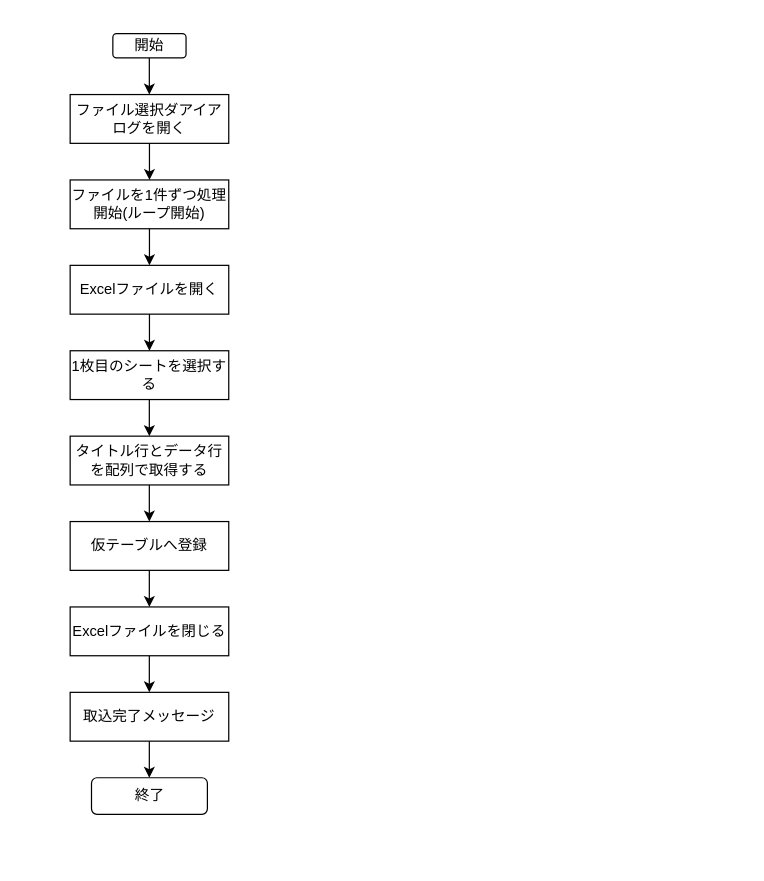
This is acc_Icube_xlImprt.drawio from EZsystem/draw, a draw.io file, before an edit. Source tidied: cells renumbered, new cells numbered last; positions are measured from the earlier drawing's top-left corner, leaving out a move shared by most shapes. Both pictures are drawn from the tidied source at 122%, with x=0, y=0 at pixel (70, 33).
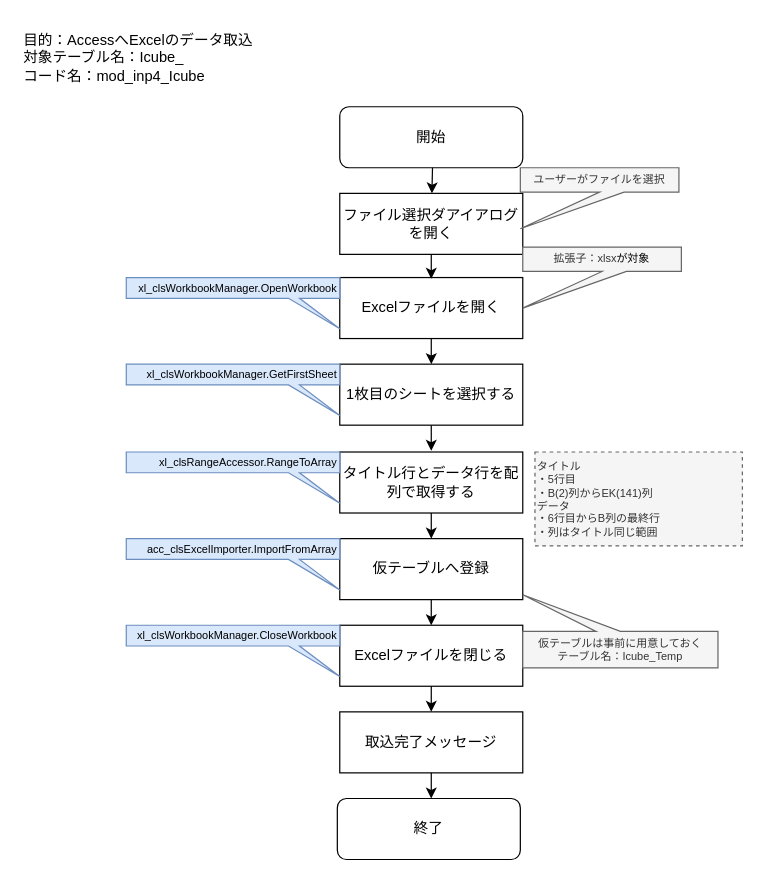
Above is the later version.

The edit, as a diff of the source:
```diff
@@
     <mxCell id="2" value="開始" style="rounded=1;whiteSpace=wrap;html=1;" parent="1" vertex="1">
-      <mxGeometry x="35" width="60" height="20" as="geometry" />
+      <mxGeometry x="221" y="60" width="150" height="50" as="geometry" />
     </mxCell>
     <mxCell id="3" value="ファイル選択ダアイアログを開く" style="rounded=0;whiteSpace=wrap;html=1;" parent="1" vertex="1">
-      <mxGeometry y="50" width="130" height="40" as="geometry" />
+      <mxGeometry x="221" y="131" width="150" height="50" as="geometry" />
     </mxCell>
-    <mxCell id="4" style="edgeStyle=orthogonalEdgeStyle;rounded=0;jettySize=auto;html=1;" parent="1" edge="1" source="5" target="6">
-      <mxGeometry relative="1" as="geometry" />
-    </mxCell>
-    <mxCell id="5" value="ファイルを1件ずつ処理開始(ループ開始)" style="rounded=0;whiteSpace=wrap;html=1;" parent="1" vertex="1">
-      <mxGeometry y="120" width="130" height="40" as="geometry" />
-    </mxCell>
     <mxCell id="6" value="Excelファイルを開く" style="rounded=0;whiteSpace=wrap;html=1;" parent="1" vertex="1">
-      <mxGeometry y="190" width="130" height="40" as="geometry" />
+      <mxGeometry x="221" y="200" width="150" height="50" as="geometry" />
     </mxCell>
     <mxCell id="7" value="1枚目のシートを選択する" style="rounded=0;whiteSpace=wrap;html=1;" parent="1" vertex="1">
-      <mxGeometry y="260" width="130" height="40" as="geometry" />
+      <mxGeometry x="221" y="271" width="150" height="50" as="geometry" />
     </mxCell>
     <mxCell id="8" value="タイトル行とデータ行を配列で取得する" style="rounded=0;whiteSpace=wrap;html=1;" parent="1" vertex="1">
-      <mxGeometry y="330" width="130" height="40" as="geometry" />
+      <mxGeometry x="221" y="343" width="150" height="50" as="geometry" />
     </mxCell>
-    <mxCell id="9" style="endArrow=classic;html=1;rounded=0;entryX=0.5;entryY=0;entryDx=0;entryDy=0;exitX=0.5;exitY=1;exitDx=0;exitDy=0;" parent="1" edge="1" source="3" target="5">
-      <mxGeometry relative="1" as="geometry" />
+    <mxCell id="9" style="endArrow=classic;html=1;rounded=0;entryX=0.5;entryY=0;entryDx=0;entryDy=0;exitX=0.5;exitY=1;exitDx=0;exitDy=0;" parent="1" edge="1">
+      <mxGeometry relative="1" as="geometry">
+        <mxPoint x="296" y="181" as="sourcePoint" />
+        <mxPoint x="296" y="201" as="targetPoint" />
+      </mxGeometry>
     </mxCell>
-    <mxCell id="10" style="endArrow=classic;html=1;rounded=0;entryX=0.5;entryY=0;entryDx=0;entryDy=0;exitX=0.5;exitY=1;exitDx=0;exitDy=0;" parent="1" edge="1">
-      <mxGeometry relative="1" as="geometry">
-        <mxPoint x="65" y="230" as="sourcePoint" />
-        <mxPoint x="65" y="260" as="targetPoint" />
-      </mxGeometry>
-    </mxCell>
-    <mxCell id="11" style="endArrow=classic;html=1;rounded=0;entryX=0.5;entryY=0;entryDx=0;entryDy=0;exitX=0.5;exitY=1;exitDx=0;exitDy=0;" parent="1" edge="1">
-      <mxGeometry relative="1" as="geometry">
-        <mxPoint x="64.9" y="300" as="sourcePoint" />
-        <mxPoint x="64.9" y="330" as="targetPoint" />
-      </mxGeometry>
-    </mxCell>
-    <mxCell id="12" style="endArrow=classic;html=1;rounded=0;entryX=0.5;entryY=0;entryDx=0;entryDy=0;exitX=0.5;exitY=1;exitDx=0;exitDy=0;" parent="1" edge="1">
+    <mxCell id="12" style="endArrow=classic;html=1;rounded=0;" parent="1" edge="1" target="3">
       <mxGeometry relative="1" as="geometry">
-        <mxPoint x="64.9" y="20" as="sourcePoint" />
-        <mxPoint x="64.9" y="50" as="targetPoint" />
+        <mxPoint x="297" y="110" as="sourcePoint" />
       </mxGeometry>
     </mxCell>
     <mxCell id="13" value="仮テーブルへ登録" style="rounded=0;whiteSpace=wrap;html=1;" parent="1" vertex="1">
-      <mxGeometry y="400" width="130" height="40" as="geometry" />
+      <mxGeometry x="221" y="414" width="150" height="50" as="geometry" />
     </mxCell>
-    <mxCell id="14" style="endArrow=classic;html=1;rounded=0;entryX=0.5;entryY=0;entryDx=0;entryDy=0;exitX=0.5;exitY=1;exitDx=0;exitDy=0;" parent="1" edge="1">
-      <mxGeometry relative="1" as="geometry">
-        <mxPoint x="64.9" y="370" as="sourcePoint" />
-        <mxPoint x="64.9" y="400" as="targetPoint" />
-      </mxGeometry>
-    </mxCell>
     <mxCell id="15" value="Excelファイルを閉じる" style="rounded=0;whiteSpace=wrap;html=1;" parent="1" vertex="1">
-      <mxGeometry y="470" width="130" height="40" as="geometry" />
+      <mxGeometry x="221" y="485" width="150" height="50" as="geometry" />
     </mxCell>
-    <mxCell id="16" style="endArrow=classic;html=1;rounded=0;entryX=0.5;entryY=0;entryDx=0;entryDy=0;exitX=0.5;exitY=1;exitDx=0;exitDy=0;" parent="1" edge="1">
-      <mxGeometry relative="1" as="geometry">
-        <mxPoint x="64.9" y="440" as="sourcePoint" />
-        <mxPoint x="64.9" y="470" as="targetPoint" />
-      </mxGeometry>
-    </mxCell>
     <mxCell id="17" value="取込完了メッセージ" style="rounded=0;whiteSpace=wrap;html=1;" parent="1" vertex="1">
-      <mxGeometry y="540" width="130" height="40" as="geometry" />
+      <mxGeometry x="221" y="556" width="150" height="50" as="geometry" />
     </mxCell>
-    <mxCell id="18" style="endArrow=classic;html=1;rounded=0;entryX=0.5;entryY=0;entryDx=0;entryDy=0;exitX=0.5;exitY=1;exitDx=0;exitDy=0;" parent="1" edge="1">
-      <mxGeometry relative="1" as="geometry">
-        <mxPoint x="64.9" y="510" as="sourcePoint" />
-        <mxPoint x="64.9" y="540" as="targetPoint" />
-      </mxGeometry>
-    </mxCell>
-    <mxCell id="19" style="endArrow=classic;html=1;rounded=0;entryX=0.5;entryY=0;entryDx=0;entryDy=0;exitX=0.5;exitY=1;exitDx=0;exitDy=0;" parent="1" edge="1">
-      <mxGeometry relative="1" as="geometry">
-        <mxPoint x="64.9" y="580" as="sourcePoint" />
-        <mxPoint x="64.9" y="610" as="targetPoint" />
-      </mxGeometry>
-    </mxCell>
     <mxCell id="20" value="終了" style="rounded=1;whiteSpace=wrap;html=1;" parent="1" vertex="1">
-      <mxGeometry x="17.5" y="610" width="95" height="30" as="geometry" />
+      <mxGeometry x="219" y="627" width="150" height="50" as="geometry" />
     </mxCell>
+    <mxCell id="21" style="edgeStyle=orthogonalEdgeStyle;rounded=0;orthogonalLoop=1;jettySize=auto;html=1;" parent="1" edge="1">
+      <mxGeometry relative="1" as="geometry">
+        <mxPoint x="296" y="250" as="sourcePoint" />
+        <mxPoint x="296" y="271" as="targetPoint" />
+      </mxGeometry>
+    </mxCell>
+    <mxCell id="22" style="edgeStyle=orthogonalEdgeStyle;rounded=0;orthogonalLoop=1;jettySize=auto;html=1;" parent="1" edge="1">
+      <mxGeometry relative="1" as="geometry">
+        <mxPoint x="296" y="321" as="sourcePoint" />
+        <mxPoint x="296" y="342" as="targetPoint" />
+      </mxGeometry>
+    </mxCell>
+    <mxCell id="23" style="edgeStyle=orthogonalEdgeStyle;rounded=0;orthogonalLoop=1;jettySize=auto;html=1;" parent="1" edge="1">
+      <mxGeometry relative="1" as="geometry">
+        <mxPoint x="296" y="393" as="sourcePoint" />
+        <mxPoint x="296" y="414" as="targetPoint" />
+      </mxGeometry>
+    </mxCell>
+    <mxCell id="24" style="edgeStyle=orthogonalEdgeStyle;rounded=0;orthogonalLoop=1;jettySize=auto;html=1;" parent="1" edge="1">
+      <mxGeometry relative="1" as="geometry">
+        <mxPoint x="296" y="464" as="sourcePoint" />
+        <mxPoint x="296" y="485" as="targetPoint" />
+      </mxGeometry>
+    </mxCell>
+    <mxCell id="25" style="edgeStyle=orthogonalEdgeStyle;rounded=0;orthogonalLoop=1;jettySize=auto;html=1;" parent="1" edge="1">
+      <mxGeometry relative="1" as="geometry">
+        <mxPoint x="296" y="535" as="sourcePoint" />
+        <mxPoint x="296" y="556" as="targetPoint" />
+      </mxGeometry>
+    </mxCell>
+    <mxCell id="26" style="edgeStyle=orthogonalEdgeStyle;rounded=0;orthogonalLoop=1;jettySize=auto;html=1;" parent="1" edge="1">
+      <mxGeometry relative="1" as="geometry">
+        <mxPoint x="296" y="606" as="sourcePoint" />
+        <mxPoint x="296" y="627" as="targetPoint" />
+      </mxGeometry>
+    </mxCell>
+    <mxCell id="27" value="&lt;font&gt;ユーザーがファイルを選択&lt;/font&gt;" style="shape=callout;whiteSpace=wrap;html=1;perimeter=calloutPerimeter;position2=0;fontSize=9;fillColor=#f5f5f5;fontColor=#333333;strokeColor=#666666;" parent="1" vertex="1">
+      <mxGeometry x="369" y="110" width="130" height="50" as="geometry" />
+    </mxCell>
+    <mxCell id="28" value="&lt;font&gt;拡張子：xlsx&lt;/font&gt;&lt;span style=&quot;background-color: transparent; color: light-dark(rgb(0, 0, 0), rgb(255, 255, 255));&quot;&gt;が対象&lt;/span&gt;" style="shape=callout;whiteSpace=wrap;html=1;perimeter=calloutPerimeter;position2=0;fillColor=#f5f5f5;strokeColor=#666666;fontColor=#333333;fontSize=9;" parent="1" vertex="1">
+      <mxGeometry x="371" y="175" width="130" height="50" as="geometry" />
+    </mxCell>
+    <mxCell id="29" value="タイトル&lt;div&gt;・5行目&lt;/div&gt;&lt;div&gt;・B(2)列からEK(141)列&lt;/div&gt;&lt;div&gt;データ&lt;/div&gt;&lt;div&gt;・6行目からB列の最終行&lt;/div&gt;&lt;div&gt;・列はタイトル同じ範囲&lt;/div&gt;" style="rounded=0;whiteSpace=wrap;html=1;dashed=1;fillColor=#f5f5f5;strokeColor=#666666;align=left;fontSize=9;fontColor=#333333;" parent="1" vertex="1">
+      <mxGeometry x="381" y="343" width="170" height="77" as="geometry" />
+    </mxCell>
+    <mxCell id="30" value="&lt;span&gt;仮テーブルは事前に用意しておく&lt;/span&gt;&lt;div&gt;&lt;span&gt;テーブル名：Icube_Temp&lt;/span&gt;&lt;/div&gt;" style="shape=callout;whiteSpace=wrap;html=1;perimeter=calloutPerimeter;position2=1;fillColor=#f5f5f5;strokeColor=#666666;direction=west;fontColor=#333333;fontSize=9;" parent="1" vertex="1">
+      <mxGeometry x="371" y="460" width="160" height="60" as="geometry" />
+    </mxCell>
+    <mxCell id="31" value="目的：AccessへExcelのデータ取込&lt;div&gt;対象テーブル名：Icube_&lt;/div&gt;&lt;div&gt;コード名：mod_inp4_Icube&lt;/div&gt;" style="text;html=1;align=left;verticalAlign=middle;strokeColor=none;fillColor=none;" parent="1" vertex="1">
+      <mxGeometry x="-40" y="-10" width="210" height="60" as="geometry" />
+    </mxCell>
+    <mxCell id="32" value="xl_clsWorkbookManager.GetFirstSheet" style="shape=callout;whiteSpace=wrap;html=1;perimeter=calloutPerimeter;position2=1;fontSize=9;fillColor=#dae8fc;strokeColor=#6c8ebf;direction=east;align=right;base=9;size=25;position=0.76;" parent="1" vertex="1">
+      <mxGeometry x="46" y="271" width="175" height="42" as="geometry" />
+    </mxCell>
+    <mxCell id="33" value="xl_clsWorkbookManager.OpenWorkbook" style="shape=callout;whiteSpace=wrap;html=1;perimeter=calloutPerimeter;position2=1;fontSize=9;fillColor=#dae8fc;strokeColor=#6c8ebf;direction=east;align=right;base=9;size=25;position=0.76;" parent="1" vertex="1">
+      <mxGeometry x="46" y="200" width="175" height="42" as="geometry" />
+    </mxCell>
+    <mxCell id="34" value="xl_clsRangeAccessor.RangeToArray" style="shape=callout;whiteSpace=wrap;html=1;perimeter=calloutPerimeter;position2=1;fontSize=9;fillColor=#dae8fc;strokeColor=#6c8ebf;direction=east;align=right;base=9;size=25;position=0.76;" parent="1" vertex="1">
+      <mxGeometry x="46" y="343" width="175" height="42" as="geometry" />
+    </mxCell>
+    <mxCell id="35" value="acc_clsExcelImporter.ImportFromArray" style="shape=callout;whiteSpace=wrap;html=1;perimeter=calloutPerimeter;position2=1;fontSize=9;fillColor=#dae8fc;strokeColor=#6c8ebf;direction=east;align=right;base=9;size=25;position=0.76;" parent="1" vertex="1">
+      <mxGeometry x="46" y="414" width="175" height="42" as="geometry" />
+    </mxCell>
+    <mxCell id="36" value="xl_clsWorkbookManager.CloseWorkbook" style="shape=callout;whiteSpace=wrap;html=1;perimeter=calloutPerimeter;position2=1;fontSize=9;fillColor=#dae8fc;strokeColor=#6c8ebf;direction=east;align=right;base=9;size=25;position=0.76;" parent="1" vertex="1">
+      <mxGeometry x="46" y="485" width="175" height="42" as="geometry" />
+    </mxCell>
```
